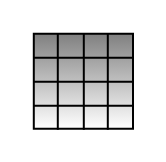
The draw.io diagram DrawIO_file/毕业论文画图/自注意力机制.drawio in DingDongZz/typera_PicGO, before the edit. Source tidied: cells renumbered, new cells numbered last; positions are measured from the earlier drawing's top-left corner, leaving out a move shared by most shapes. Both pictures are drawn from the tidied source at 200%, with x=0, y=0 at pixel (32, 32).
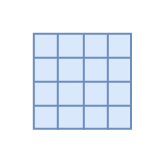
Above is the later version.

Commit message (it also covers changes not shown here):
更新自注意力机制.drawio

Diff of the diagram source:
```diff
@@
-    <mxCell id="2" style="shape=table;startSize=0;childLayout=tableLayout;fontSize=16;gradientColor=#808080;gradientDirection=north;fontFamily=Times New Roman;" parent="1" vertex="1">
-      <mxGeometry x="0.4" y="0.4" width="49.6" height="47.5" as="geometry" />
+    <mxCell id="2" style="shape=table;startSize=0;childLayout=tableLayout;fontSize=16;gradientDirection=north;fontFamily=Times New Roman;fillColor=#dae8fc;strokeColor=#6c8ebf;" parent="1" vertex="1">
+      <mxGeometry x="0.4" y="0.4" width="48.6" height="47.5" as="geometry" />
     </mxCell>
     <mxCell id="3" style="shape=tableRow;horizontal=0;startSize=0;swimlaneHead=0;swimlaneBody=0;strokeColor=inherit;top=0;left=0;bottom=0;right=0;fillColor=none;fontSize=16;fontFamily=Times New Roman;" parent="2" vertex="1">
-      <mxGeometry width="49.6" height="12" as="geometry" />
+      <mxGeometry width="48.6" height="12" as="geometry" />
     </mxCell>
@@
     <mxCell id="7" style="shape=partialRectangle;html=1;whiteSpace=wrap;strokeColor=inherit;overflow=hidden;fillColor=none;top=0;left=0;bottom=0;right=0;fontSize=16;fontFamily=Times New Roman;" parent="3" vertex="1">
-      <mxGeometry x="37" width="13" height="12" as="geometry" />
+      <mxGeometry x="37" width="12" height="12" as="geometry" />
     </mxCell>
     <mxCell id="8" style="shape=tableRow;horizontal=0;startSize=0;swimlaneHead=0;swimlaneBody=0;strokeColor=inherit;top=0;left=0;bottom=0;right=0;fillColor=none;fontSize=16;fontFamily=Times New Roman;" parent="2" vertex="1">
-      <mxGeometry y="12" width="49.6" height="12" as="geometry" />
+      <mxGeometry y="12" width="48.6" height="12" as="geometry" />
     </mxCell>
@@
     <mxCell id="12" style="shape=partialRectangle;html=1;whiteSpace=wrap;strokeColor=inherit;overflow=hidden;fillColor=none;top=0;left=0;bottom=0;right=0;fontSize=16;fontFamily=Times New Roman;" parent="8" vertex="1">
-      <mxGeometry x="37" width="13" height="12" as="geometry" />
+      <mxGeometry x="37" width="12" height="12" as="geometry" />
     </mxCell>
     <mxCell id="13" style="shape=tableRow;horizontal=0;startSize=0;swimlaneHead=0;swimlaneBody=0;strokeColor=inherit;top=0;left=0;bottom=0;right=0;fillColor=none;fontSize=16;fontFamily=Times New Roman;" parent="2" vertex="1">
-      <mxGeometry y="24" width="49.6" height="12" as="geometry" />
+      <mxGeometry y="24" width="48.6" height="12" as="geometry" />
     </mxCell>
@@
     <mxCell id="17" style="shape=partialRectangle;html=1;whiteSpace=wrap;strokeColor=inherit;overflow=hidden;fillColor=none;top=0;left=0;bottom=0;right=0;fontSize=16;fontFamily=Times New Roman;" parent="13" vertex="1">
-      <mxGeometry x="37" width="13" height="12" as="geometry" />
+      <mxGeometry x="37" width="12" height="12" as="geometry" />
     </mxCell>
     <mxCell id="18" style="shape=tableRow;horizontal=0;startSize=0;swimlaneHead=0;swimlaneBody=0;strokeColor=inherit;top=0;left=0;bottom=0;right=0;fillColor=none;fontSize=16;fontFamily=Times New Roman;" parent="2" vertex="1">
-      <mxGeometry y="36" width="49.6" height="12" as="geometry" />
+      <mxGeometry y="36" width="48.6" height="12" as="geometry" />
     </mxCell>
@@
     <mxCell id="22" style="shape=partialRectangle;html=1;whiteSpace=wrap;strokeColor=inherit;overflow=hidden;fillColor=none;top=0;left=0;bottom=0;right=0;fontSize=16;fontFamily=Times New Roman;" parent="18" vertex="1">
-      <mxGeometry x="37" width="13" height="12" as="geometry" />
+      <mxGeometry x="37" width="12" height="12" as="geometry" />
     </mxCell>
```
